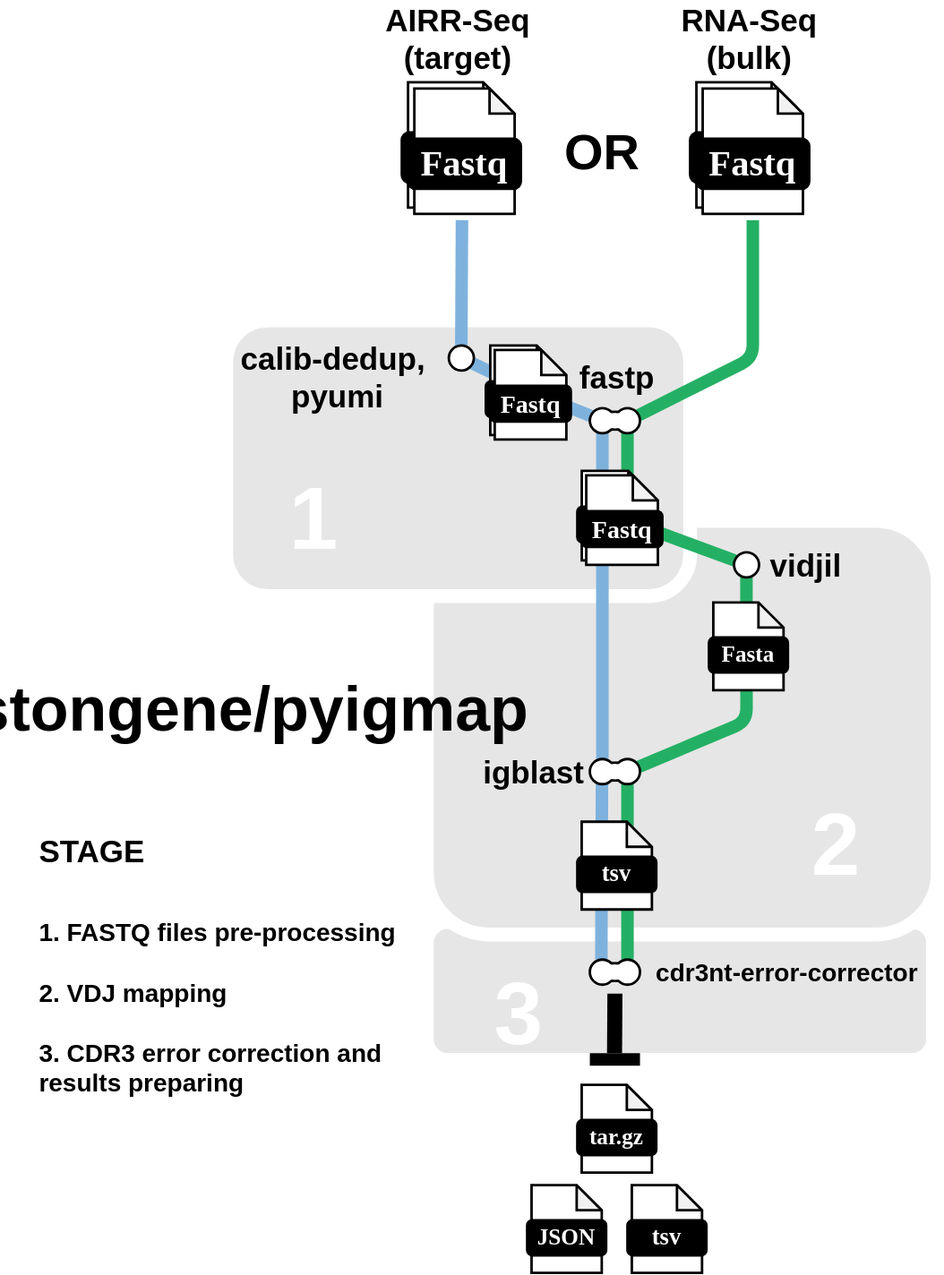
Earlier version of the draw.io export docs/images/pyigmap_workflow.svg (BostonGene/pyigmap). Source tidied: cells renumbered, new cells last; positions are measured from the earlier drawing's top-left corner, leaving out a move shared by most shapes.
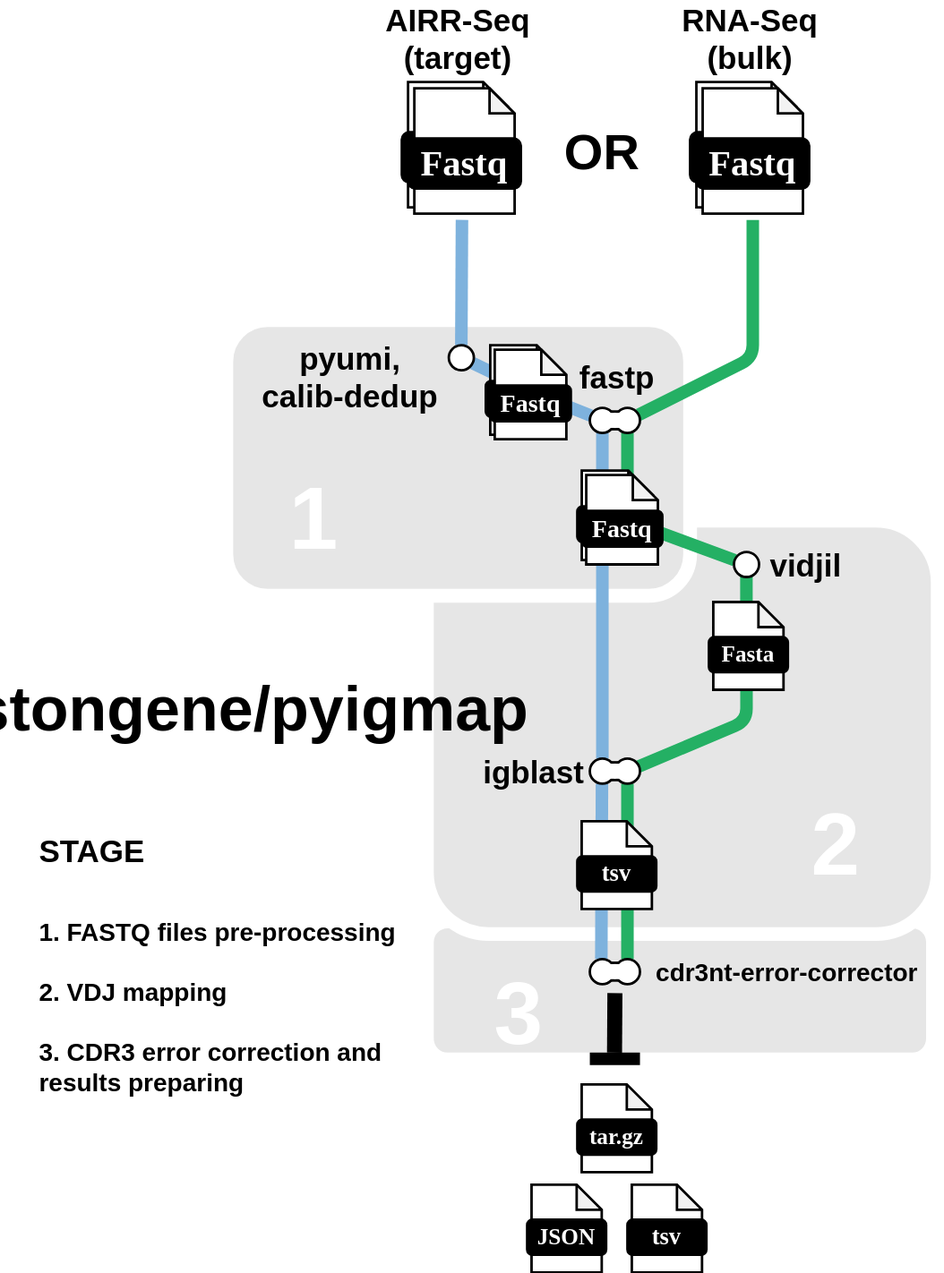
The same diagram one commit later.

Diff of the diagram source:
```diff
@@ -104,8 +104,8 @@
     <mxCell id="29" style="rounded=0;whiteSpace=wrap;html=1;strokeColor=#FFFFFF;strokeWidth=2;rotation=90;" parent="24" vertex="1">
       <mxGeometry x="5" y="15" width="10" height="10" as="geometry" />
     </mxCell>
-    <mxCell id="30" value="&lt;div&gt;&lt;font size=&quot;1&quot;&gt;&lt;b&gt;&lt;font style=&quot;font-size: 25px;&quot;&gt;calib-dedup,&amp;nbsp; &lt;br&gt;&lt;/font&gt;&lt;/b&gt;&lt;/font&gt;&lt;/div&gt;&lt;div&gt;&lt;font size=&quot;1&quot;&gt;&lt;b&gt;&lt;font style=&quot;font-size: 25px;&quot;&gt;pyumi&lt;/font&gt;&lt;/b&gt;&lt;/font&gt;&lt;/div&gt;" style="text;html=1;align=center;verticalAlign=middle;whiteSpace=wrap;rounded=0;" parent="1" vertex="1">
-      <mxGeometry x="190" y="270.3" width="157.5" height="30" as="geometry" />
+    <mxCell id="30" value="&lt;div&gt;&lt;font size=&quot;1&quot;&gt;&lt;b&gt;&lt;font style=&quot;font-size: 25px;&quot;&gt;pyumi,&lt;/font&gt;&lt;/b&gt;&lt;/font&gt;&lt;/div&gt;&lt;div&gt;&lt;font size=&quot;1&quot;&gt;&lt;b&gt;&lt;font style=&quot;font-size: 25px;&quot;&gt;calib-dedup&lt;br&gt;&lt;/font&gt;&lt;/b&gt;&lt;/font&gt;&lt;/div&gt;" style="text;html=1;align=center;verticalAlign=middle;whiteSpace=wrap;rounded=0;" parent="1" vertex="1">
+      <mxGeometry x="200" y="270" width="157.5" height="30" as="geometry" />
     </mxCell>
     <mxCell id="31" value="&lt;font size=&quot;1&quot;&gt;&lt;b style=&quot;font-size: 25px;&quot;&gt;fastp&lt;/b&gt;&lt;/font&gt;" style="text;html=1;align=center;verticalAlign=middle;whiteSpace=wrap;rounded=0;" parent="1" vertex="1">
       <mxGeometry x="436.5" y="270" width="110" height="30" as="geometry" />
```
